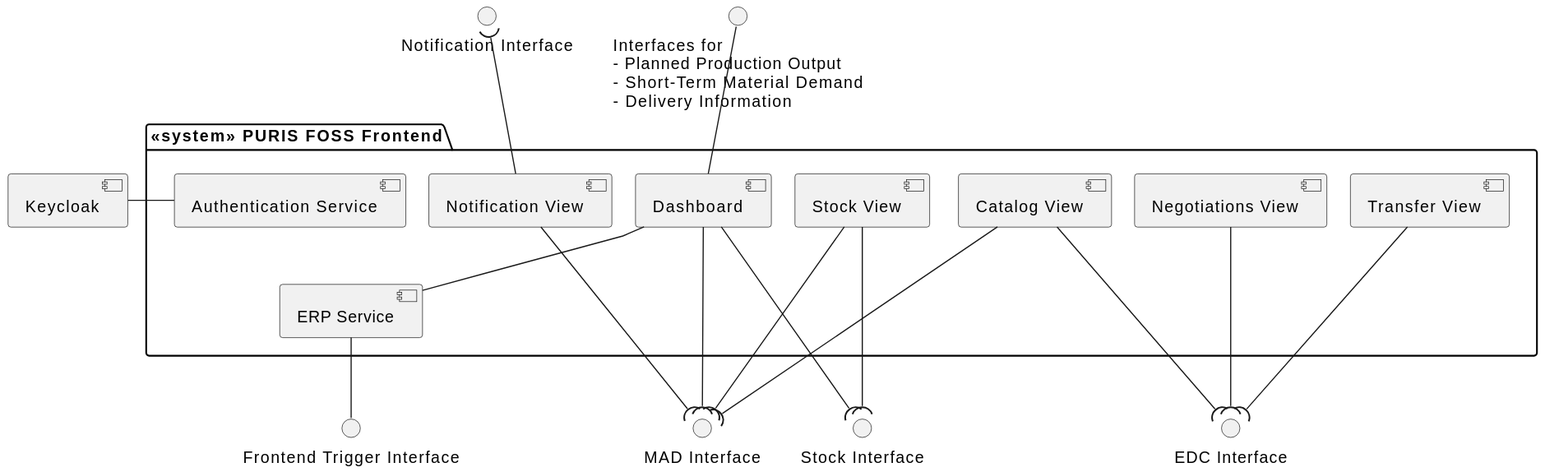
Before: docs/architecture/img/05-level-1-frontend.svg, a diagram exported from PlantUML (eclipse-tractusx/puris).
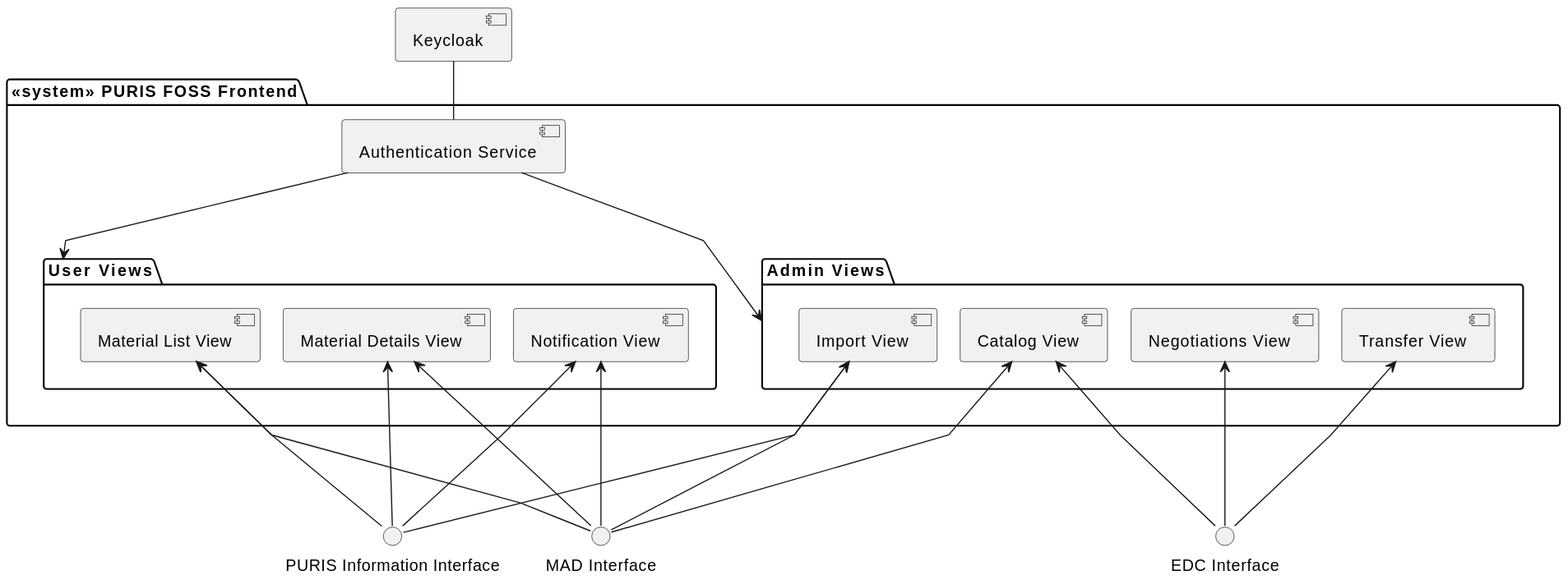
After the commit.

What changed in the source:
```diff
@@ -3,48 +3,44 @@
 skinparam nodesep 20
 skinparam ranksep 50
 
-() erp_frontend_interface as "Frontend Trigger Interface"
-() edc_interface as "EDC Interface"
-() mad_interface as "MAD Interface"
-() edc_interface as "EDC Interface"
-() notifications_interface as "Notification Interface"
+package "<<system>> PURIS FOSS Frontend"{
+  [Authentication Service] as auth_service
 
-package "<<system>> PURIS FOSS Frontend"{
-
-  [ERP Service] as erp_service
-  together {
-    [Stock View] as stock_view
+  package "User Views" as user_views {
+    [Material List View] as material_list_view
+    [Material Details View] as material_details_view
     [Notification View] as notifications_view
-    [Dashboard] as dashboard
-    [Authentication Service] as auth_service
   }
-  together {
+  package "Admin Views" as admin_views {
+    [Import View] as import_view
     [Catalog View] as catalog_view
     [Negotiations View] as negotiations_view
     [Transfer View] as transfer_view
   }
 }
-"Interfaces for\n- Planned Production Output\n- Short-Term Material Demand\n- Delivery Information" -- dashboard
 [Keycloak] as idp
 
-idp - auth_service
+idp -down- auth_service
 
-stock_view ---( "Stock Interface"
-stock_view ---( mad_interface
+auth_service -down--> user_views
+auth_service -down--> admin_views
 
-dashboard ---( "Stock Interface"
-dashboard ---( mad_interface
-notifications_view ---( mad_interface
-notifications_interface )-- notifications_view
 
-catalog_view ---( edc_interface
-catalog_view ---( mad_interface
-negotiations_view ---( edc_interface
-transfer_view ---( edc_interface
+() edc_interface as "EDC Interface"
+() mad_interface as "MAD Interface"
+() information_interface as "PURIS Information Interface"
 
-erp_service - dashboard
-erp_frontend_interface -up- erp_service
-dashboard -[hidden]right- stock_view
+material_list_view <--- information_interface
+material_details_view <--- information_interface
+notifications_view <--- information_interface
+material_list_view <--- mad_interface
+material_details_view <--- mad_interface
+notifications_view <--- mad_interface
+import_view <--- mad_interface
+import_view <--- information_interface
 
-auth_service -[hidden]down- erp_service
+catalog_view <--- edc_interface
+catalog_view <--- mad_interface
+negotiations_view <--- edc_interface
+transfer_view <--- edc_interface
 @enduml
```
